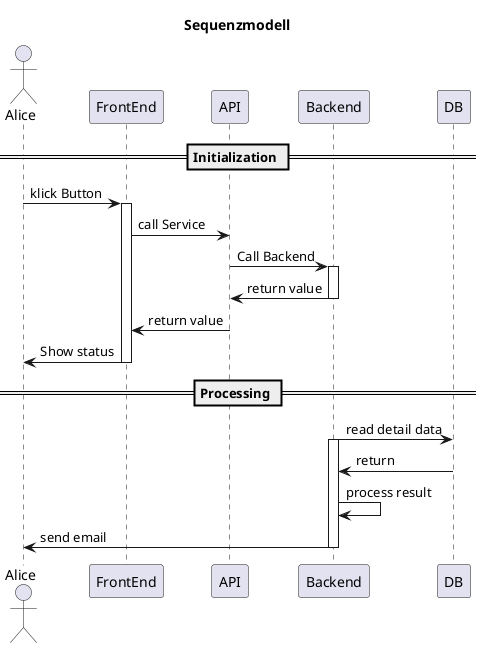
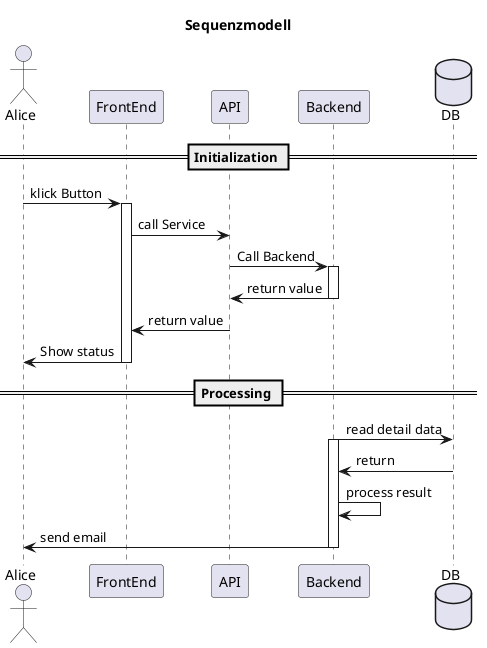
@startuml Sequencemodel

title Sequenzmodell

Actor Alice
Participant FrontEnd
Participant API
Participant Backend
- Participant DB
+ database DB

== Initialization ==
Alice -> FrontEnd: klick Button
activate FrontEnd
FrontEnd -> API: call Service
API -> Backend : Call Backend

activate Backend
Backend -> API : return value
deactivate Backend

API -> FrontEnd : return value
FrontEnd -> Alice: Show status
deactivate FrontEnd

== Processing ==
Backend -> DB : read detail data
activate Backend
DB -> Backend : return
Backend -> Backend : process result
Backend -> Alice : send email
deactivate Backend

@enduml